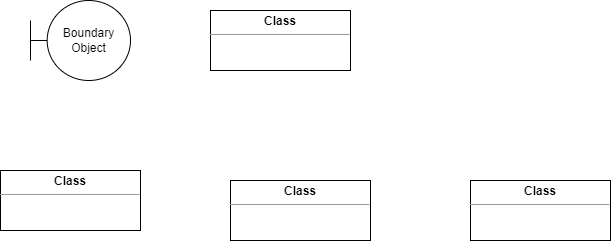
Before: university2.png, a diagram exported from draw.io (volkankgil/patikaveriyapiariodev). Source tidied: cells renumbered, new cells last; positions are measured from the earlier drawing's top-left corner, leaving out a move shared by most shapes.
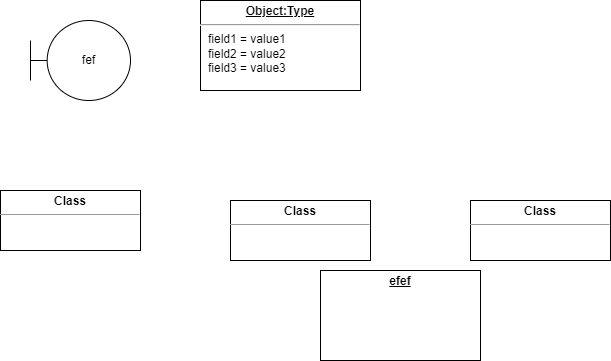
After the commit.

Diff of the diagram source:
```diff
@@ -14,8 +14,14 @@
     <mxCell id="5" value="&lt;p style=&quot;margin:0px;margin-top:4px;text-align:center;&quot;&gt;&lt;b&gt;Class&lt;/b&gt;&lt;/p&gt;&lt;hr size=&quot;1&quot;/&gt;&lt;div style=&quot;height:2px;&quot;&gt;&lt;/div&gt;" style="verticalAlign=top;align=left;overflow=fill;fontSize=12;fontFamily=Helvetica;html=1;" parent="1" vertex="1">
       <mxGeometry x="470" y="180" width="140" height="60" as="geometry" />
     </mxCell>
-    <mxCell id="6" value="Boundary Object" style="shape=umlBoundary;whiteSpace=wrap;html=1;" parent="1" vertex="1">
+    <mxCell id="6" value="fef" style="shape=umlBoundary;whiteSpace=wrap;html=1;" parent="1" vertex="1">
       <mxGeometry x="30" width="100" height="80" as="geometry" />
     </mxCell>
+    <mxCell id="7" value="&lt;p style=&quot;margin:0px;margin-top:4px;text-align:center;text-decoration:underline;&quot;&gt;&lt;b&gt;Object:Type&lt;/b&gt;&lt;/p&gt;&lt;hr/&gt;&lt;p style=&quot;margin:0px;margin-left:8px;&quot;&gt;field1 = value1&lt;br/&gt;field2 = value2&lt;br&gt;field3 = value3&lt;/p&gt;" style="verticalAlign=top;align=left;overflow=fill;fontSize=12;fontFamily=Helvetica;html=1;" parent="1" vertex="1">
+      <mxGeometry x="200" y="-20" width="160" height="90" as="geometry" />
+    </mxCell>
+    <mxCell id="8" value="&lt;p style=&quot;margin:0px;margin-top:4px;text-align:center;text-decoration:underline;&quot;&gt;&lt;b&gt;efef&lt;/b&gt;&lt;/p&gt;" style="verticalAlign=top;align=left;overflow=fill;fontSize=12;fontFamily=Helvetica;html=1;" parent="1" vertex="1">
+      <mxGeometry x="320" y="250" width="160" height="90" as="geometry" />
+    </mxCell>
   </root>
 </mxGraphModel>
```
